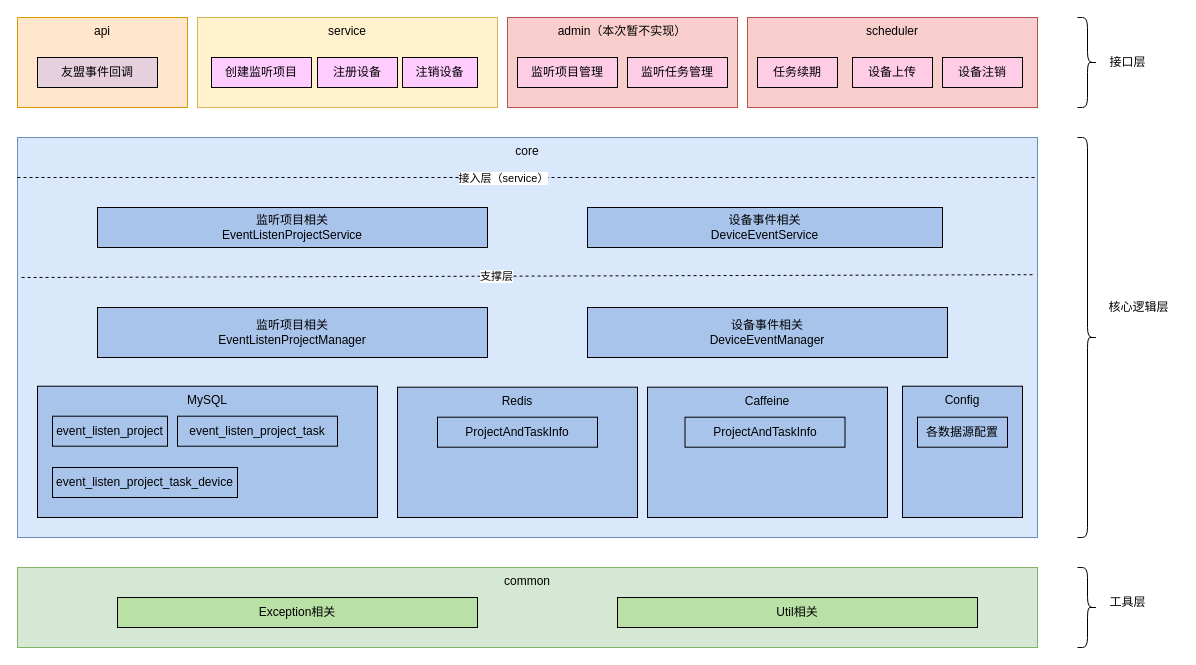
This is page "整体设计" (1 of 3) of 智能时机服务.drawio from ABIN-DS/flowchart, a draw.io file, before an edit. Source tidied: cells renumbered, new cells numbered last; positions are measured from the earlier drawing's top-left corner, leaving out a move shared by most shapes. Both pictures are drawn from the tidied source at 100%, with x=0, y=0 at pixel (17, 17).
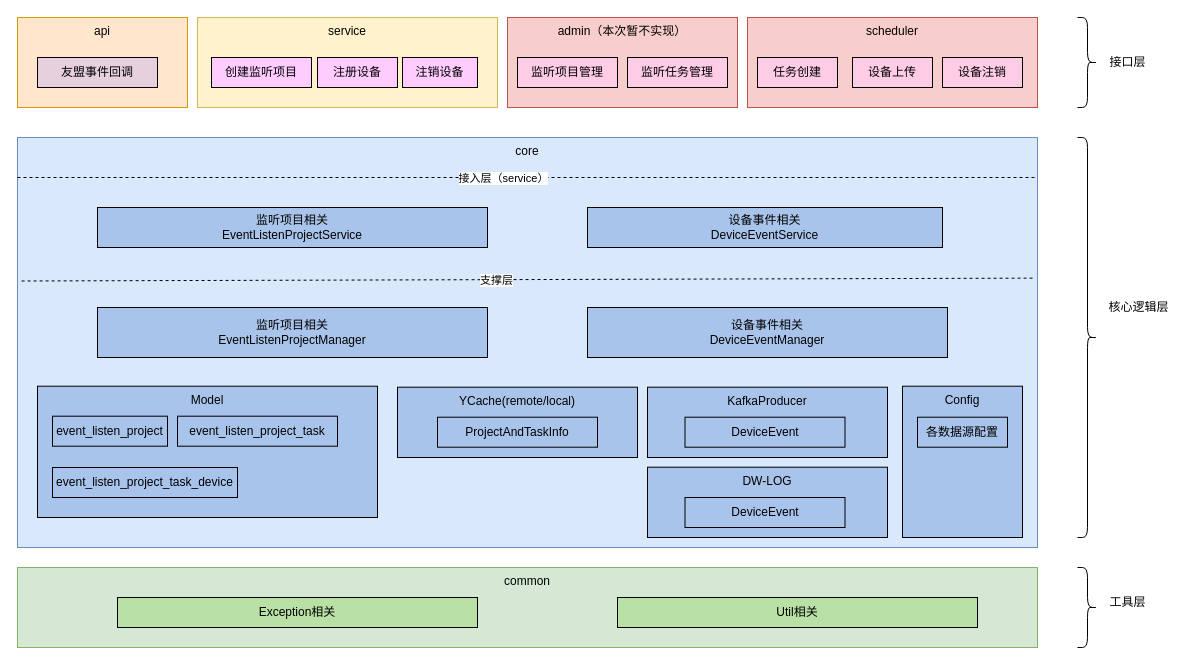
The same page after the edit.

Commit message:
更新智能时机服务.drawio

What changed in the source:
```diff
@@
     <mxCell id="2" value="core" style="rounded=0;whiteSpace=wrap;html=1;verticalAlign=top;fillColor=#dae8fc;strokeColor=#6c8ebf;" parent="1" vertex="1">
-      <mxGeometry y="120" width="1020" height="400" as="geometry" />
+      <mxGeometry y="120" width="1020" height="410" as="geometry" />
     </mxCell>
@@
-    <mxCell id="16" value="MySQL&lt;div&gt;&lt;/div&gt;" style="rounded=0;whiteSpace=wrap;html=1;verticalAlign=top;fillColor=#A9C4EB;" parent="1" vertex="1">
+    <mxCell id="16" value="Model&lt;div&gt;&lt;/div&gt;" style="rounded=0;whiteSpace=wrap;html=1;verticalAlign=top;fillColor=#A9C4EB;" parent="1" vertex="1">
       <mxGeometry x="20" y="368.7" width="340" height="131.3" as="geometry" />
     </mxCell>
@@
-    <mxCell id="19" value="Redis&lt;div&gt;&lt;/div&gt;" style="rounded=0;whiteSpace=wrap;html=1;verticalAlign=top;fillColor=#A9C4EB;" parent="1" vertex="1">
-      <mxGeometry x="380" y="369.7" width="240" height="130.3" as="geometry" />
+    <mxCell id="19" value="YCache(remote/local)&lt;div&gt;&lt;/div&gt;" style="rounded=0;whiteSpace=wrap;html=1;verticalAlign=top;fillColor=#A9C4EB;" parent="1" vertex="1">
+      <mxGeometry x="380" y="369.7" width="240" height="70.3" as="geometry" />
     </mxCell>
@@
-    <mxCell id="21" value="Caffeine&lt;div&gt;&lt;/div&gt;" style="rounded=0;whiteSpace=wrap;html=1;verticalAlign=top;fillColor=#A9C4EB;" parent="1" vertex="1">
-      <mxGeometry x="630" y="369.7" width="240" height="130.3" as="geometry" />
+    <mxCell id="21" value="KafkaProducer&lt;div&gt;&lt;/div&gt;" style="rounded=0;whiteSpace=wrap;html=1;verticalAlign=top;fillColor=#A9C4EB;" parent="1" vertex="1">
+      <mxGeometry x="630" y="369.7" width="240" height="70.3" as="geometry" />
     </mxCell>
@@
     <mxCell id="27" value="Config" style="rounded=0;whiteSpace=wrap;html=1;verticalAlign=top;fillColor=#A9C4EB;" parent="1" vertex="1">
-      <mxGeometry x="885" y="368.7" width="120" height="131.3" as="geometry" />
+      <mxGeometry x="885" y="368.7" width="120" height="151.3" as="geometry" />
     </mxCell>
@@
-    <mxCell id="39" value="任务续期" style="rounded=0;whiteSpace=wrap;html=1;fillColor=#FFCCE6;" parent="1" vertex="1">
+    <mxCell id="39" value="任务创建" style="rounded=0;whiteSpace=wrap;html=1;fillColor=#FFCCE6;" parent="1" vertex="1">
       <mxGeometry x="740" y="40" width="80" height="30" as="geometry" />
     </mxCell>
@@
-    <mxCell id="42" value="ProjectAndTaskInfo" style="rounded=0;whiteSpace=wrap;html=1;fillColor=#A9C4EB;" parent="1" vertex="1">
+    <mxCell id="42" value="DeviceEvent" style="rounded=0;whiteSpace=wrap;html=1;fillColor=#A9C4EB;" parent="1" vertex="1">
       <mxGeometry x="667.5" y="399.7" width="160" height="30" as="geometry" />
     </mxCell>
+    <mxCell id="43" value="DW-LOG&lt;div&gt;&lt;/div&gt;" style="rounded=0;whiteSpace=wrap;html=1;verticalAlign=top;fillColor=#A9C4EB;" parent="1" vertex="1">
+      <mxGeometry x="630" y="449.7" width="240" height="70.3" as="geometry" />
+    </mxCell>
+    <mxCell id="44" value="DeviceEvent" style="rounded=0;whiteSpace=wrap;html=1;fillColor=#A9C4EB;" parent="1" vertex="1">
+      <mxGeometry x="667.5" y="480" width="160" height="30" as="geometry" />
+    </mxCell>
```
